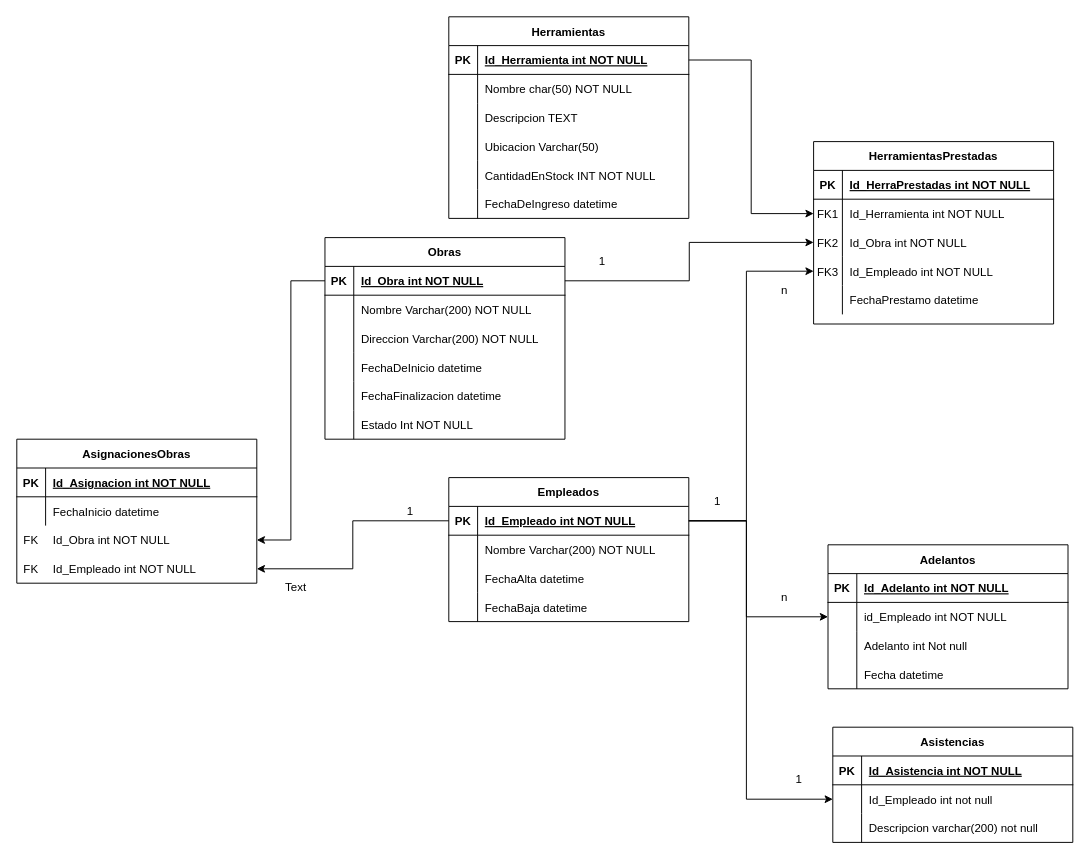
Above: Diagramas/stn.drawio in leopoldo109/stn (draw.io), before the change. Source tidied: cells renumbered, new cells numbered last; positions are measured from the earlier drawing's top-left corner, leaving out a move shared by most shapes. Both pictures are drawn from the tidied source at 96%, with x=0, y=0 at pixel (16, 16).
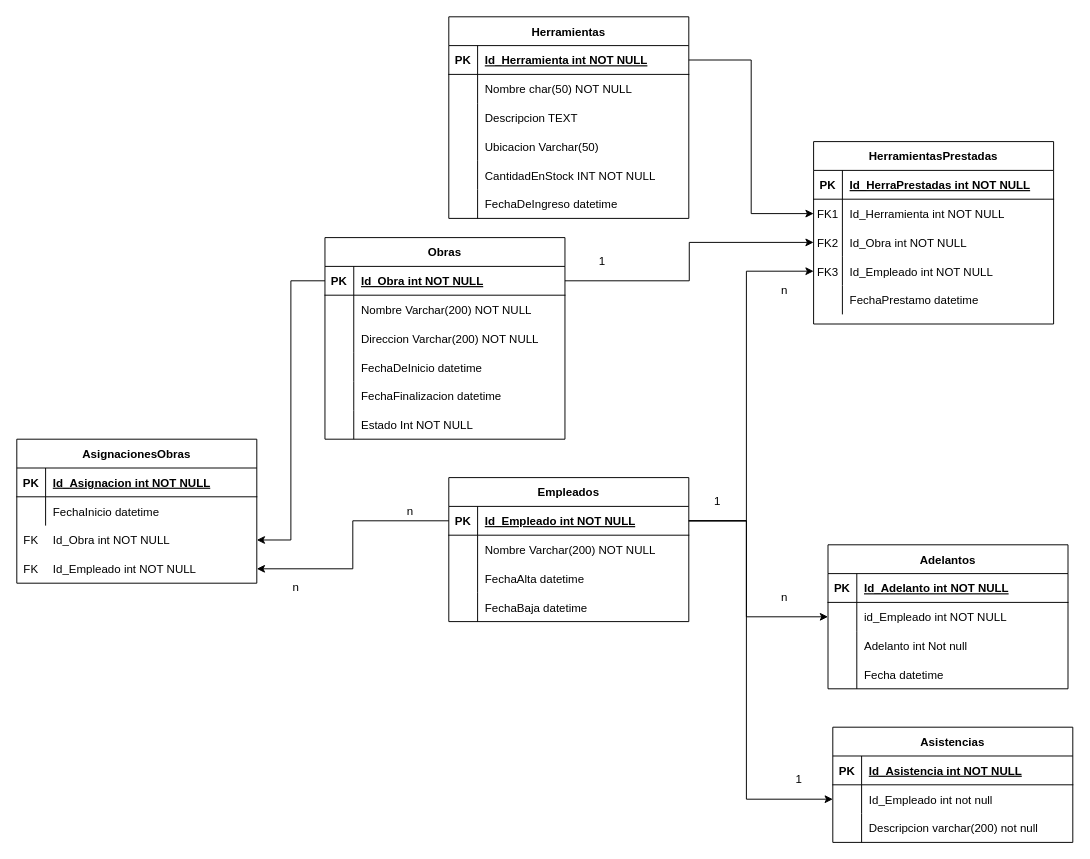
The same page after the edit.

The edit, as a diff of the source:
```diff
@@
-    <mxCell id="119" value="1" style="text;html=1;align=center;verticalAlign=middle;whiteSpace=wrap;rounded=0;" parent="1" vertex="1">
+    <mxCell id="119" value="n" style="text;html=1;align=center;verticalAlign=middle;whiteSpace=wrap;rounded=0;" parent="1" vertex="1">
       <mxGeometry x="380" y="500" width="60" height="30" as="geometry" />
     </mxCell>
-    <mxCell id="120" value="Text" style="text;html=1;align=center;verticalAlign=middle;whiteSpace=wrap;rounded=0;" parent="1" vertex="1">
+    <mxCell id="120" value="n" style="text;html=1;align=center;verticalAlign=middle;whiteSpace=wrap;rounded=0;" parent="1" vertex="1">
       <mxGeometry x="261" y="580" width="60" height="30" as="geometry" />
     </mxCell>
```
